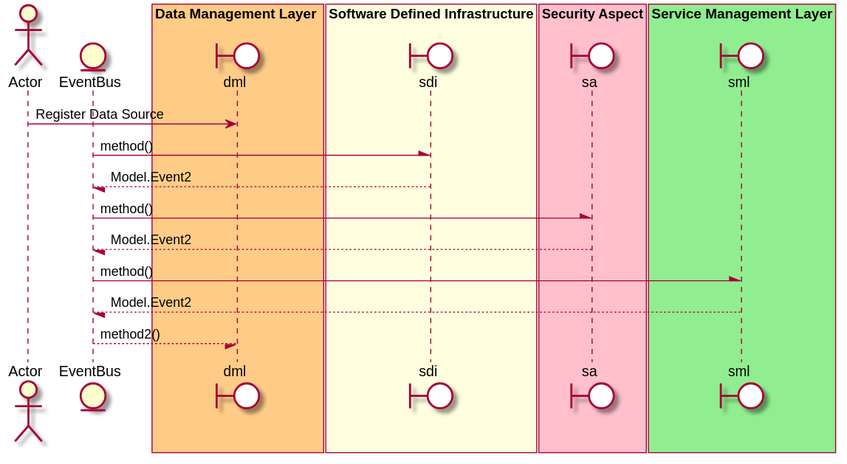
Above: docs/edgemere/diml/dml/usecases/managedatasources/registerdatasource.svg in madajaju/edgemere (PlantUML), before the change.
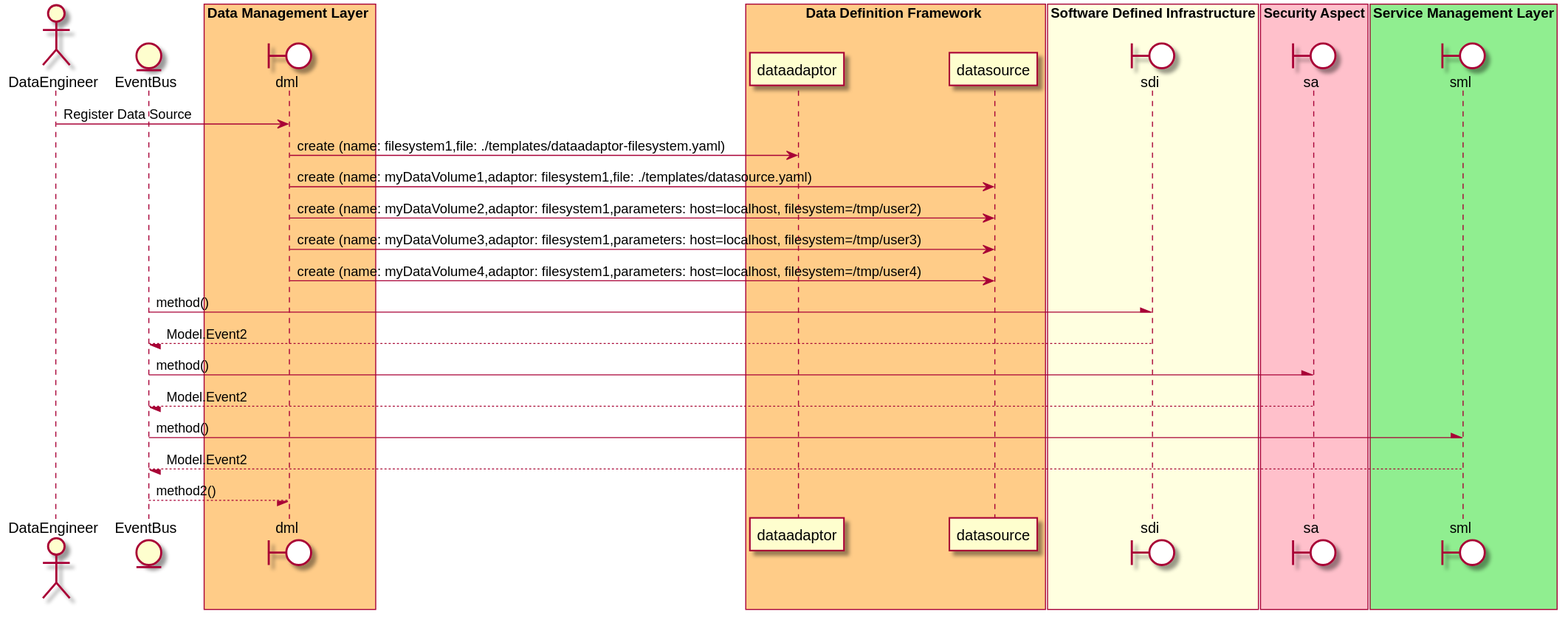
After the change.

Diff of the diagram source:
```diff
@@ -1,6 +1,6 @@
 @startuml
 
-actor "Actor"
+actor "DataEngineer"
 
 
 entity EventBus
@@ -10,8 +10,28 @@
 end box
 
 
+box Data Definition Framework #ffcc88
+            participant dataadaptor
+            participant datasource
+    end box
 
-"Actor" -> dml: Register Data Source
+
+"DataEngineer" -> dml: Register Data Source
+
+    dml -> "dataadaptor": create (name: filesystem1,file: ./templates/dataadaptor-filesystem.yaml)
+
+
+    dml -> "datasource": create (name: myDataVolume1,adaptor: filesystem1,file: ./templates/datasource.yaml)
+
+
+    dml -> "datasource": create (name: myDataVolume2,adaptor: filesystem1,parameters: host=localhost, filesystem=/tmp/user2)
+
+
+    dml -> "datasource": create (name: myDataVolume3,adaptor: filesystem1,parameters: host=localhost, filesystem=/tmp/user3)
+
+
+    dml -> "datasource": create (name: myDataVolume4,adaptor: filesystem1,parameters: host=localhost, filesystem=/tmp/user4)
+
 
 
 
```
